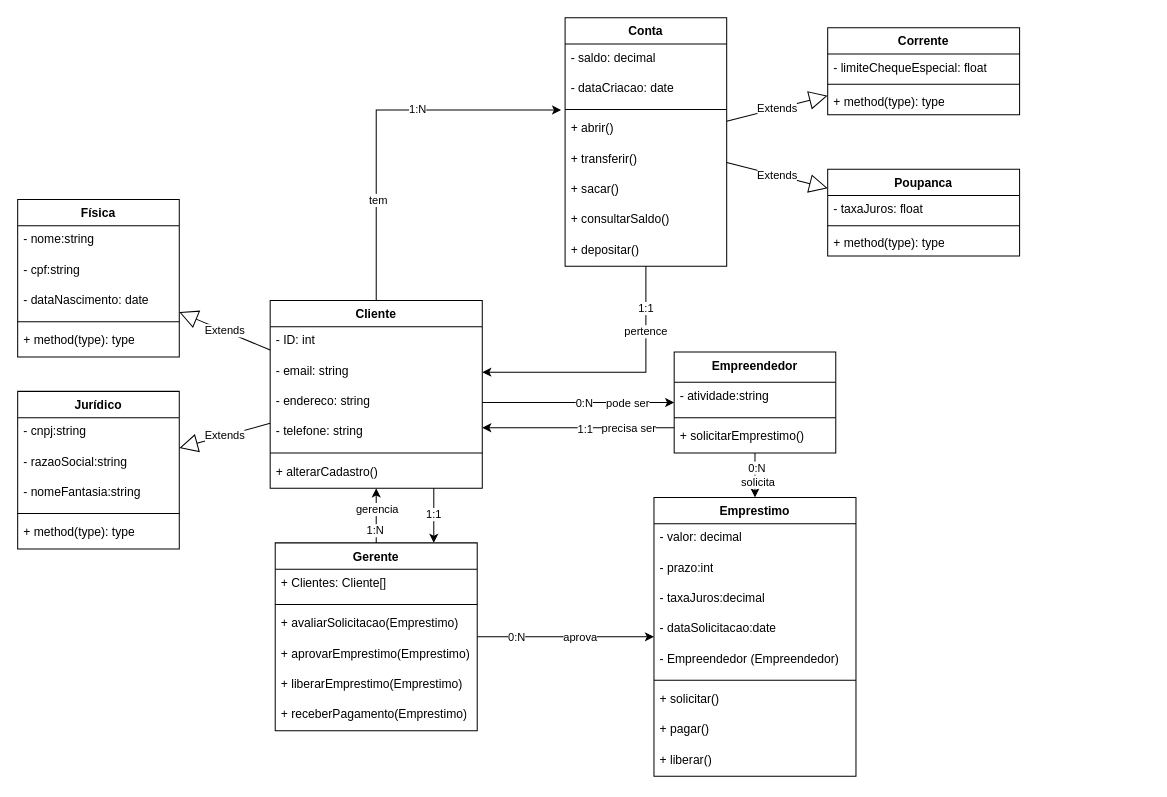
Above: page "Classes" (1 of 3) of docs/diagramas/Classes.drawio in liliankelian/ON36-IJS-KLBank (draw.io), before the change. Source tidied: cells renumbered, new cells numbered last; positions are measured from the earlier drawing's top-left corner, leaving out a move shared by most shapes. Both pictures are drawn from the tidied source at 101%, with x=0, y=0 at pixel (17, 17).
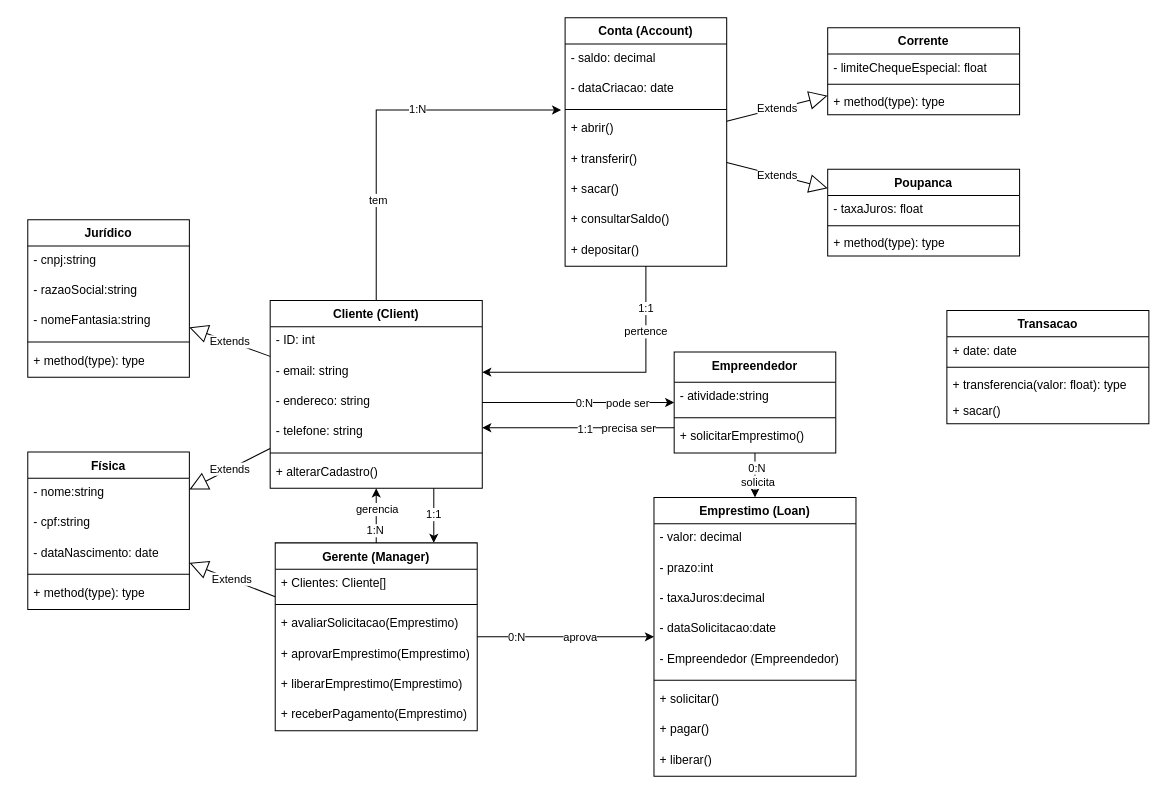
The same page after the edit.

What changed in the source:
```diff
@@
-    <mxCell id="4" value="Cliente" style="swimlane;fontStyle=1;align=center;verticalAlign=top;horizontal=1;startSize=26;whiteSpace=wrap;html=1;" parent="1" vertex="1">
+    <mxCell id="4" value="Cliente (Client)" style="swimlane;fontStyle=1;align=center;verticalAlign=top;horizontal=1;startSize=26;whiteSpace=wrap;html=1;" parent="1" vertex="1">
       <mxGeometry x="250" y="280" width="210" height="186" as="geometry" />
     </mxCell>
@@
-    <mxCell id="27" value="Gerente" style="swimlane;fontStyle=1;align=center;verticalAlign=top;horizontal=1;startSize=26;whiteSpace=wrap;html=1;" parent="1" vertex="1">
+    <mxCell id="27" value="Gerente (Manager)" style="swimlane;fontStyle=1;align=center;verticalAlign=top;horizontal=1;startSize=26;whiteSpace=wrap;html=1;" parent="1" vertex="1">
       <mxGeometry x="255" y="520" width="200" height="186" as="geometry" />
     </mxCell>
@@
-    <mxCell id="37" value="Conta" style="swimlane;fontStyle=1;align=center;verticalAlign=top;horizontal=1;startSize=26;whiteSpace=wrap;html=1;" parent="1" vertex="1">
+    <mxCell id="37" value="Conta (Account)" style="swimlane;fontStyle=1;align=center;verticalAlign=top;horizontal=1;startSize=26;whiteSpace=wrap;html=1;" parent="1" vertex="1">
       <mxGeometry x="542" width="160" height="246" as="geometry" />
     </mxCell>
@@
-    <mxCell id="46" value="Emprestimo" style="swimlane;fontStyle=1;align=center;verticalAlign=top;horizontal=1;startSize=26;whiteSpace=wrap;html=1;" parent="1" vertex="1">
+    <mxCell id="46" value="Emprestimo (Loan)" style="swimlane;fontStyle=1;align=center;verticalAlign=top;horizontal=1;startSize=26;whiteSpace=wrap;html=1;" parent="1" vertex="1">
       <mxGeometry x="630" y="475" width="200" height="276" as="geometry" />
     </mxCell>
@@
     <mxCell id="56" value="Física" style="swimlane;fontStyle=1;align=center;verticalAlign=top;horizontal=1;startSize=26;whiteSpace=wrap;html=1;" parent="1" vertex="1">
-      <mxGeometry y="180" width="160" height="156" as="geometry" />
+      <mxGeometry x="10" y="430" width="160" height="156" as="geometry" />
     </mxCell>
@@
     <mxCell id="62" value="Jurídico" style="swimlane;fontStyle=1;align=center;verticalAlign=top;horizontal=1;startSize=26;whiteSpace=wrap;html=1;" parent="1" vertex="1">
-      <mxGeometry y="370" width="160" height="156" as="geometry" />
+      <mxGeometry x="10" y="200" width="160" height="156" as="geometry" />
     </mxCell>
@@
+    <mxCell id="86" value="Transacao" style="swimlane;fontStyle=1;align=center;verticalAlign=top;horizontal=1;startSize=26;whiteSpace=wrap;html=1;" parent="1" vertex="1">
+      <mxGeometry x="920" y="290" width="200" height="112" as="geometry" />
+    </mxCell>
+    <mxCell id="87" value="+ date: date" style="text;strokeColor=none;fillColor=none;align=left;verticalAlign=top;spacingLeft=4;spacingRight=4;overflow=hidden;whiteSpace=wrap;html=1;" parent="86" vertex="1">
+      <mxGeometry y="26" width="200" height="26" as="geometry" />
+    </mxCell>
+    <mxCell id="88" style="line;strokeWidth=1;fillColor=none;align=left;verticalAlign=middle;spacingTop=-1;spacingLeft=3;spacingRight=3;labelPosition=right;strokeColor=inherit;" parent="86" vertex="1">
+      <mxGeometry y="52" width="200" height="8" as="geometry" />
+    </mxCell>
+    <mxCell id="89" value="+ transferencia(valor: float): type" style="text;strokeColor=none;fillColor=none;align=left;verticalAlign=top;spacingLeft=4;spacingRight=4;overflow=hidden;whiteSpace=wrap;html=1;" parent="86" vertex="1">
+      <mxGeometry y="60" width="200" height="26" as="geometry" />
+    </mxCell>
+    <mxCell id="90" value="+ sacar()" style="text;strokeColor=none;fillColor=none;align=left;verticalAlign=top;spacingLeft=4;spacingRight=4;overflow=hidden;whiteSpace=wrap;html=1;" parent="86" vertex="1">
+      <mxGeometry y="86" width="200" height="26" as="geometry" />
+    </mxCell>
+    <mxCell id="91" value="Extends" style="endArrow=block;endSize=16;endFill=0;html=1;rounded=0;" parent="1" edge="1" source="27" target="56">
+      <mxGeometry relative="1" as="geometry" />
+    </mxCell>
```
